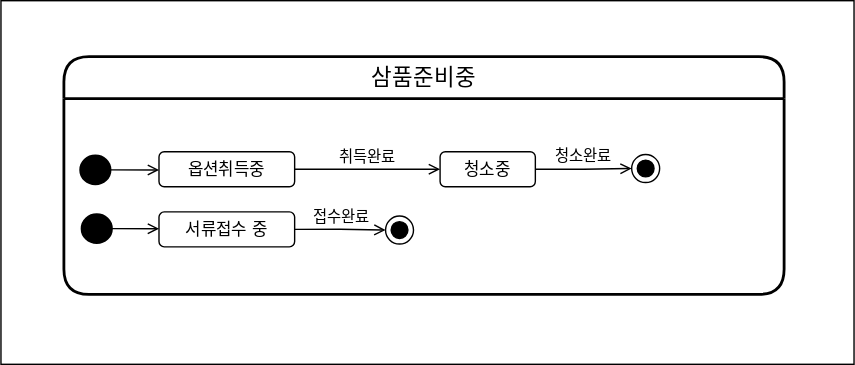
Above: images/State_Machine_Diagram/SMD_직교.drawio.svg in Robotics-Ro/UML-study (draw.io), before the change. Source tidied: cells renumbered, new cells last; positions are measured from the earlier drawing's top-left corner, leaving out a move shared by most shapes. Source of this version:
```xml
<mxGraphModel>
  <root>
    <mxCell id="0" />
    <mxCell id="1" parent="0" />
    <mxCell id="2" style="rounded=0;whiteSpace=wrap;html=1;" parent="1" vertex="1">
      <mxGeometry width="610" height="260" as="geometry" />
    </mxCell>
    <mxCell id="3" value="&lt;font style=&quot;font-size: 16px;&quot;&gt;삼품준비중&lt;/font&gt;" style="swimlane;horizontal=1;startSize=30;rounded=1;fontSize=14;fontStyle=0;strokeWidth=2;shadow=0;dashed=0;align=center;arcSize=20;whiteSpace=wrap;html=1;" parent="1" vertex="1">
      <mxGeometry x="45" y="40" width="515" height="170" as="geometry" />
    </mxCell>
    <mxCell id="4" value="취득완료" style="edgeStyle=orthogonalEdgeStyle;rounded=0;jettySize=auto;html=1;exitX=1;exitY=0.5;exitDx=0;exitDy=0;entryX=0;entryY=0.5;entryDx=0;entryDy=0;endArrow=open;endFill=0;labelPosition=center;verticalLabelPosition=top;align=center;verticalAlign=bottom;" parent="1" edge="1" source="5" target="7">
      <mxGeometry relative="1" as="geometry" />
    </mxCell>
    <mxCell id="5" value="옵션취득중" style="rounded=1;whiteSpace=wrap;html=1;" parent="1" vertex="1">
      <mxGeometry x="113" y="108" width="97" height="25" as="geometry" />
    </mxCell>
    <mxCell id="6" value="청소완료" style="edgeStyle=orthogonalEdgeStyle;rounded=0;jettySize=auto;html=1;exitX=1;exitY=0.5;exitDx=0;exitDy=0;entryX=0;entryY=0.5;entryDx=0;entryDy=0;endArrow=open;endFill=0;labelPosition=center;verticalLabelPosition=top;align=center;verticalAlign=bottom;" parent="1" edge="1" source="7" target="14">
      <mxGeometry relative="1" as="geometry" />
    </mxCell>
    <mxCell id="7" value="청소중" style="rounded=1;whiteSpace=wrap;html=1;" parent="1" vertex="1">
      <mxGeometry x="314" y="108" width="68.1" height="25" as="geometry" />
    </mxCell>
    <mxCell id="8" value="접수완료" style="edgeStyle=orthogonalEdgeStyle;rounded=0;jettySize=auto;html=1;exitX=1;exitY=0.5;exitDx=0;exitDy=0;endArrow=open;endFill=0;labelPosition=center;verticalLabelPosition=top;align=center;verticalAlign=bottom;" parent="1" edge="1" source="9" target="15">
      <mxGeometry relative="1" as="geometry" />
    </mxCell>
    <mxCell id="9" value="서류접수 중" style="rounded=1;whiteSpace=wrap;html=1;" parent="1" vertex="1">
      <mxGeometry x="113" y="151" width="97" height="25" as="geometry" />
    </mxCell>
    <mxCell id="10" style="edgeStyle=orthogonalEdgeStyle;rounded=0;jettySize=auto;html=1;exitX=1;exitY=0.5;exitDx=0;exitDy=0;exitPerimeter=0;entryX=0;entryY=0.5;entryDx=0;entryDy=0;endArrow=open;endFill=0;" parent="1" edge="1" source="11" target="5">
      <mxGeometry relative="1" as="geometry" />
    </mxCell>
    <mxCell id="11" style="strokeWidth=2;html=1;shape=mxgraph.flowchart.start_2;whiteSpace=wrap;fillColor=#000000;" parent="1" vertex="1">
      <mxGeometry x="57" y="111" width="21" height="20" as="geometry" />
    </mxCell>
    <mxCell id="12" style="edgeStyle=orthogonalEdgeStyle;rounded=0;jettySize=auto;html=1;exitX=1;exitY=0.5;exitDx=0;exitDy=0;exitPerimeter=0;entryX=0;entryY=0.5;entryDx=0;entryDy=0;endArrow=open;endFill=0;" parent="1" edge="1" source="13" target="9">
      <mxGeometry relative="1" as="geometry" />
    </mxCell>
    <mxCell id="13" style="strokeWidth=2;html=1;shape=mxgraph.flowchart.start_2;whiteSpace=wrap;fillColor=#000000;" parent="1" vertex="1">
      <mxGeometry x="58" y="153" width="21" height="20" as="geometry" />
    </mxCell>
    <mxCell id="14" style="ellipse;html=1;shape=endState;fillColor=#000000;strokeColor=#000000;" parent="1" vertex="1">
      <mxGeometry x="451" y="110" width="20" height="20" as="geometry" />
    </mxCell>
    <mxCell id="15" style="ellipse;html=1;shape=endState;fillColor=#000000;strokeColor=#000000;" parent="1" vertex="1">
      <mxGeometry x="275" y="154" width="20" height="20" as="geometry" />
    </mxCell>
  </root>
</mxGraphModel>
```
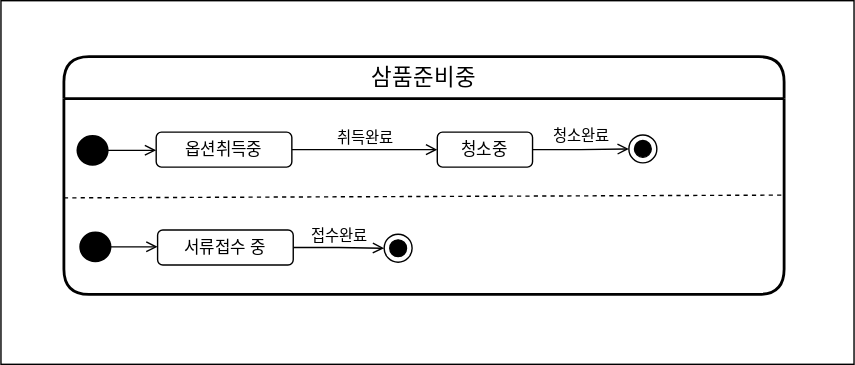
The same diagram one commit later.

The edit, as a diff of the source:
```diff
@@ -12,37 +12,43 @@
       <mxGeometry relative="1" as="geometry" />
     </mxCell>
     <mxCell id="5" value="옵션취득중" style="rounded=1;whiteSpace=wrap;html=1;" parent="1" vertex="1">
-      <mxGeometry x="113" y="108" width="97" height="25" as="geometry" />
+      <mxGeometry x="111" y="94" width="97" height="25" as="geometry" />
     </mxCell>
     <mxCell id="6" value="청소완료" style="edgeStyle=orthogonalEdgeStyle;rounded=0;jettySize=auto;html=1;exitX=1;exitY=0.5;exitDx=0;exitDy=0;entryX=0;entryY=0.5;entryDx=0;entryDy=0;endArrow=open;endFill=0;labelPosition=center;verticalLabelPosition=top;align=center;verticalAlign=bottom;" parent="1" edge="1" source="7" target="14">
       <mxGeometry relative="1" as="geometry" />
     </mxCell>
     <mxCell id="7" value="청소중" style="rounded=1;whiteSpace=wrap;html=1;" parent="1" vertex="1">
-      <mxGeometry x="314" y="108" width="68.1" height="25" as="geometry" />
+      <mxGeometry x="312" y="94" width="68.1" height="25" as="geometry" />
     </mxCell>
     <mxCell id="8" value="접수완료" style="edgeStyle=orthogonalEdgeStyle;rounded=0;jettySize=auto;html=1;exitX=1;exitY=0.5;exitDx=0;exitDy=0;endArrow=open;endFill=0;labelPosition=center;verticalLabelPosition=top;align=center;verticalAlign=bottom;" parent="1" edge="1" source="9" target="15">
       <mxGeometry relative="1" as="geometry" />
     </mxCell>
     <mxCell id="9" value="서류접수 중" style="rounded=1;whiteSpace=wrap;html=1;" parent="1" vertex="1">
-      <mxGeometry x="113" y="151" width="97" height="25" as="geometry" />
+      <mxGeometry x="112" y="164" width="97" height="25" as="geometry" />
     </mxCell>
     <mxCell id="10" style="edgeStyle=orthogonalEdgeStyle;rounded=0;jettySize=auto;html=1;exitX=1;exitY=0.5;exitDx=0;exitDy=0;exitPerimeter=0;entryX=0;entryY=0.5;entryDx=0;entryDy=0;endArrow=open;endFill=0;" parent="1" edge="1" source="11" target="5">
       <mxGeometry relative="1" as="geometry" />
     </mxCell>
     <mxCell id="11" style="strokeWidth=2;html=1;shape=mxgraph.flowchart.start_2;whiteSpace=wrap;fillColor=#000000;" parent="1" vertex="1">
-      <mxGeometry x="57" y="111" width="21" height="20" as="geometry" />
+      <mxGeometry x="55" y="97" width="21" height="20" as="geometry" />
     </mxCell>
     <mxCell id="12" style="edgeStyle=orthogonalEdgeStyle;rounded=0;jettySize=auto;html=1;exitX=1;exitY=0.5;exitDx=0;exitDy=0;exitPerimeter=0;entryX=0;entryY=0.5;entryDx=0;entryDy=0;endArrow=open;endFill=0;" parent="1" edge="1" source="13" target="9">
       <mxGeometry relative="1" as="geometry" />
     </mxCell>
     <mxCell id="13" style="strokeWidth=2;html=1;shape=mxgraph.flowchart.start_2;whiteSpace=wrap;fillColor=#000000;" parent="1" vertex="1">
-      <mxGeometry x="58" y="153" width="21" height="20" as="geometry" />
+      <mxGeometry x="57" y="166" width="21" height="20" as="geometry" />
     </mxCell>
     <mxCell id="14" style="ellipse;html=1;shape=endState;fillColor=#000000;strokeColor=#000000;" parent="1" vertex="1">
-      <mxGeometry x="451" y="110" width="20" height="20" as="geometry" />
+      <mxGeometry x="449" y="96" width="20" height="20" as="geometry" />
     </mxCell>
     <mxCell id="15" style="ellipse;html=1;shape=endState;fillColor=#000000;strokeColor=#000000;" parent="1" vertex="1">
-      <mxGeometry x="275" y="154" width="20" height="20" as="geometry" />
+      <mxGeometry x="274" y="167" width="20" height="20" as="geometry" />
     </mxCell>
+    <mxCell id="16" style="endArrow=none;dashed=1;html=1;rounded=0;" parent="1" edge="1">
+      <mxGeometry relative="1" as="geometry">
+        <mxPoint x="45" y="141" as="sourcePoint" />
+        <mxPoint x="560" y="139" as="targetPoint" />
+      </mxGeometry>
+    </mxCell>
   </root>
 </mxGraphModel>
```
